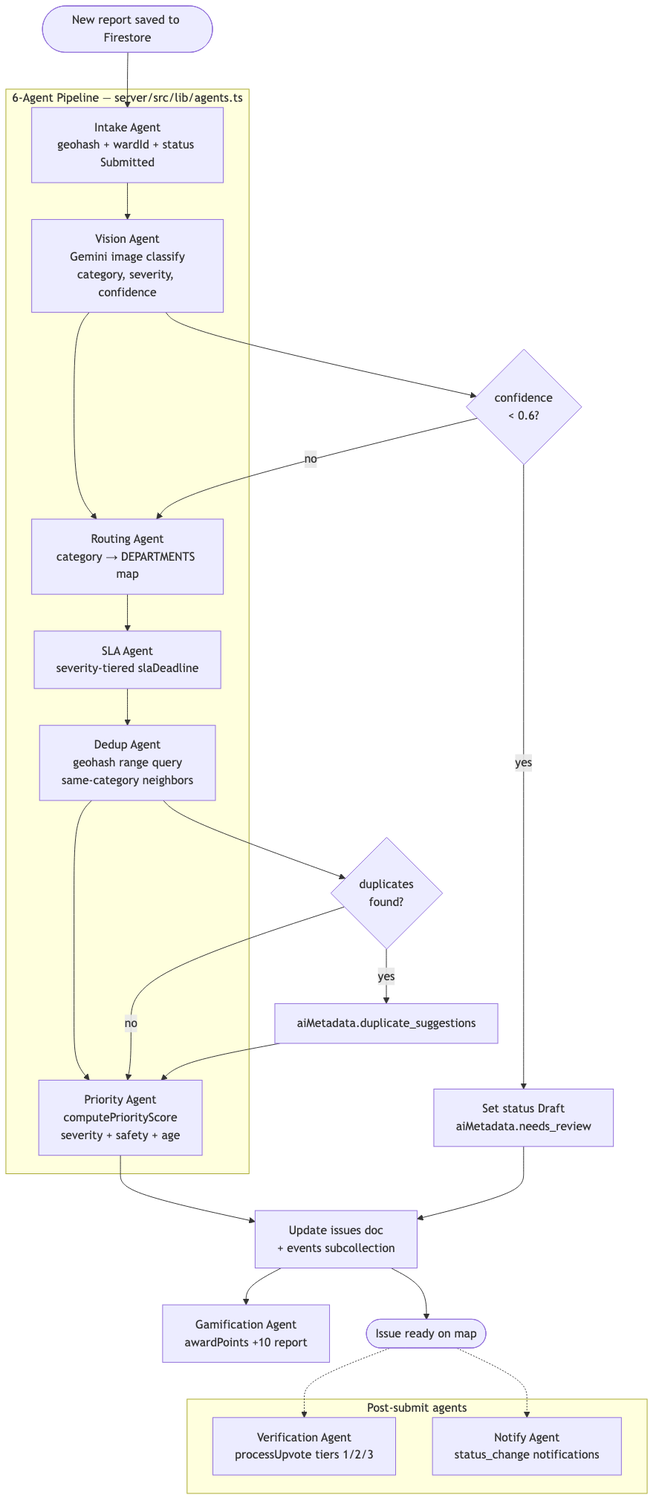
Before: docs/diagrams/png/04-agent-workflow.png, a diagram exported from Mermaid (Ojas-Srivastava05/community-hero). Its source is kept beside it as docs/diagrams/mermaid/04-agent-workflow.mmd.
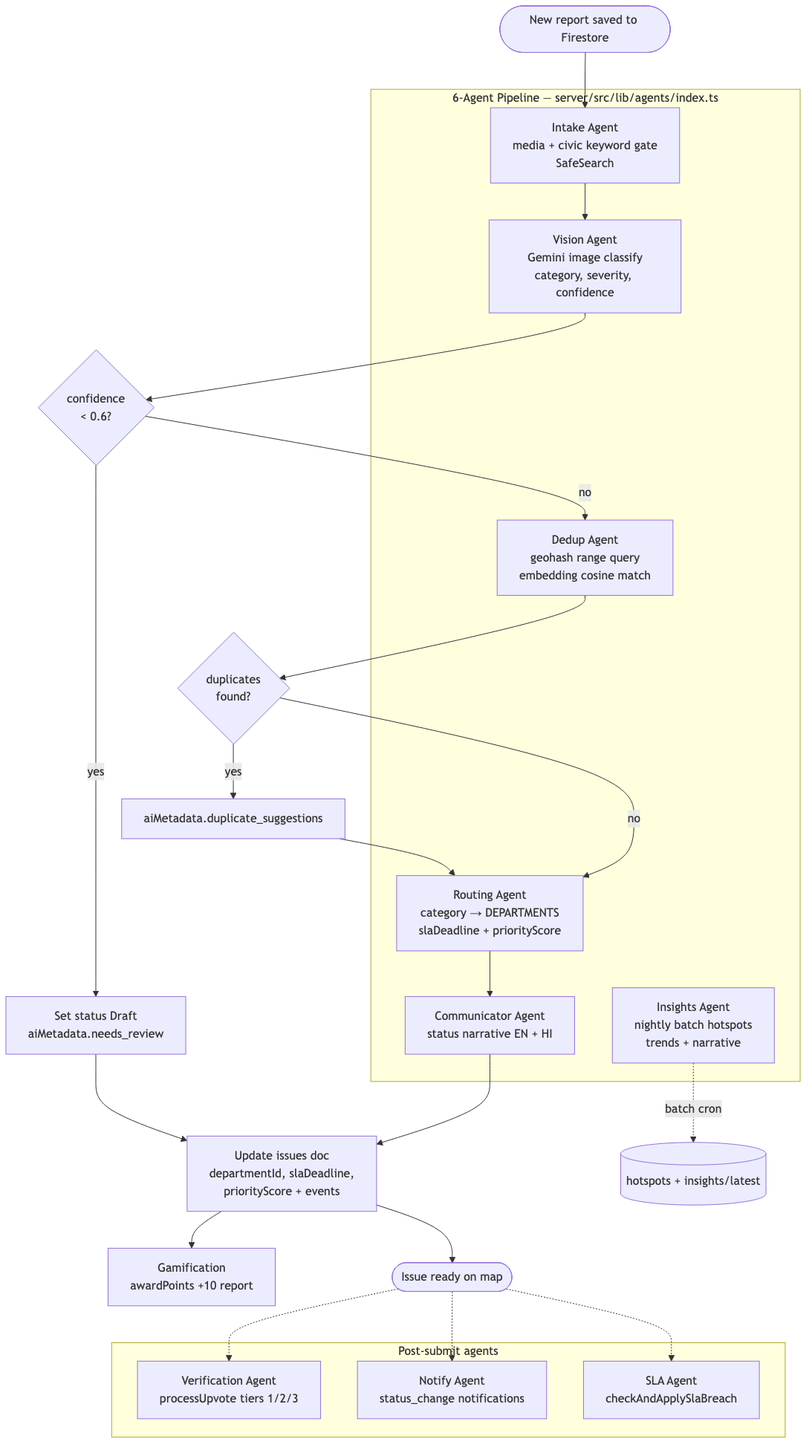
The same file after the commit.

Diff of the diagram source:
```diff
@@ -1,39 +1,37 @@
 flowchart TB
   START([New report saved to Firestore]) --> INTAKE
 
-  subgraph agents["6-Agent Pipeline — server/src/lib/agents.ts"]
-    INTAKE[Intake Agent<br/>geohash + wardId + status Submitted]
+  subgraph agents["6-Agent Pipeline — server/src/lib/agents/index.ts"]
+    INTAKE[Intake Agent<br/>media + civic keyword gate<br/>SafeSearch]
     VISION[Vision Agent<br/>Gemini image classify<br/>category, severity, confidence]
-    ROUTING[Routing Agent<br/>category → DEPARTMENTS map]
-    SLA[SLA Agent<br/>severity-tiered slaDeadline]
-    DEDUP[Dedup Agent<br/>geohash range query<br/>same-category neighbors]
-    PRIORITY[Priority Agent<br/>computePriorityScore<br/>severity + safety + age]
+    DEDUP[Dedup Agent<br/>geohash range query<br/>embedding cosine match]
+    ROUTING[Routing Agent<br/>category → DEPARTMENTS<br/>slaDeadline + priorityScore]
+    COMM[Communicator Agent<br/>status narrative EN + HI]
+    INSIGHTS[Insights Agent<br/>nightly batch hotspots<br/>trends + narrative]
   end
 
   INTAKE --> VISION
-  VISION --> ROUTING
-  ROUTING --> SLA
-  SLA --> DEDUP
-  DEDUP --> PRIORITY
-
   VISION --> CONF{confidence<br/>&lt; 0.6?}
   CONF -->|yes| REVIEW[Set status Draft<br/>aiMetadata.needs_review]
-  CONF -->|no| ROUTING
-
+  CONF -->|no| DEDUP
   DEDUP --> DUPES{duplicates<br/>found?}
   DUPES -->|yes| SUGGEST[aiMetadata.duplicate_suggestions]
-  DUPES -->|no| PRIORITY
-  SUGGEST --> PRIORITY
+  DUPES -->|no| ROUTING
+  SUGGEST --> ROUTING
+  ROUTING --> COMM
+  COMM --> WRITE[Update issues doc<br/>departmentId, slaDeadline,<br/>priorityScore + events]
 
-  PRIORITY --> WRITE[Update issues doc<br/>+ events subcollection]
-  WRITE --> POINTS[Gamification Agent<br/>awardPoints +10 report]
   REVIEW --> WRITE
+  WRITE --> POINTS[Gamification<br/>awardPoints +10 report]
+  INSIGHTS -.->|batch cron| HOTSPOTS[(hotspots + insights/latest)]
 
   subgraph post["Post-submit agents"]
     UPVOTE[Verification Agent<br/>processUpvote tiers 1/2/3]
     NOTIFY[Notify Agent<br/>status_change notifications]
+    SLA[SLA Agent<br/>checkAndApplySlaBreach]
   end
 
   WRITE --> DONE([Issue ready on map])
   DONE -.-> UPVOTE
   DONE -.-> NOTIFY
+  DONE -.-> SLA
```
